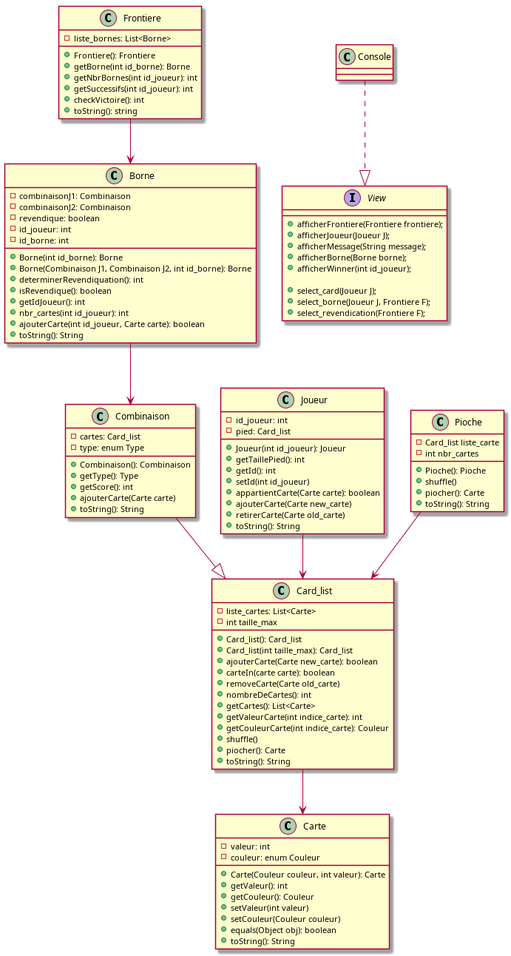
Earlier version of the PlantUML export src/diagrams/all.png (Pagatok/pg220).
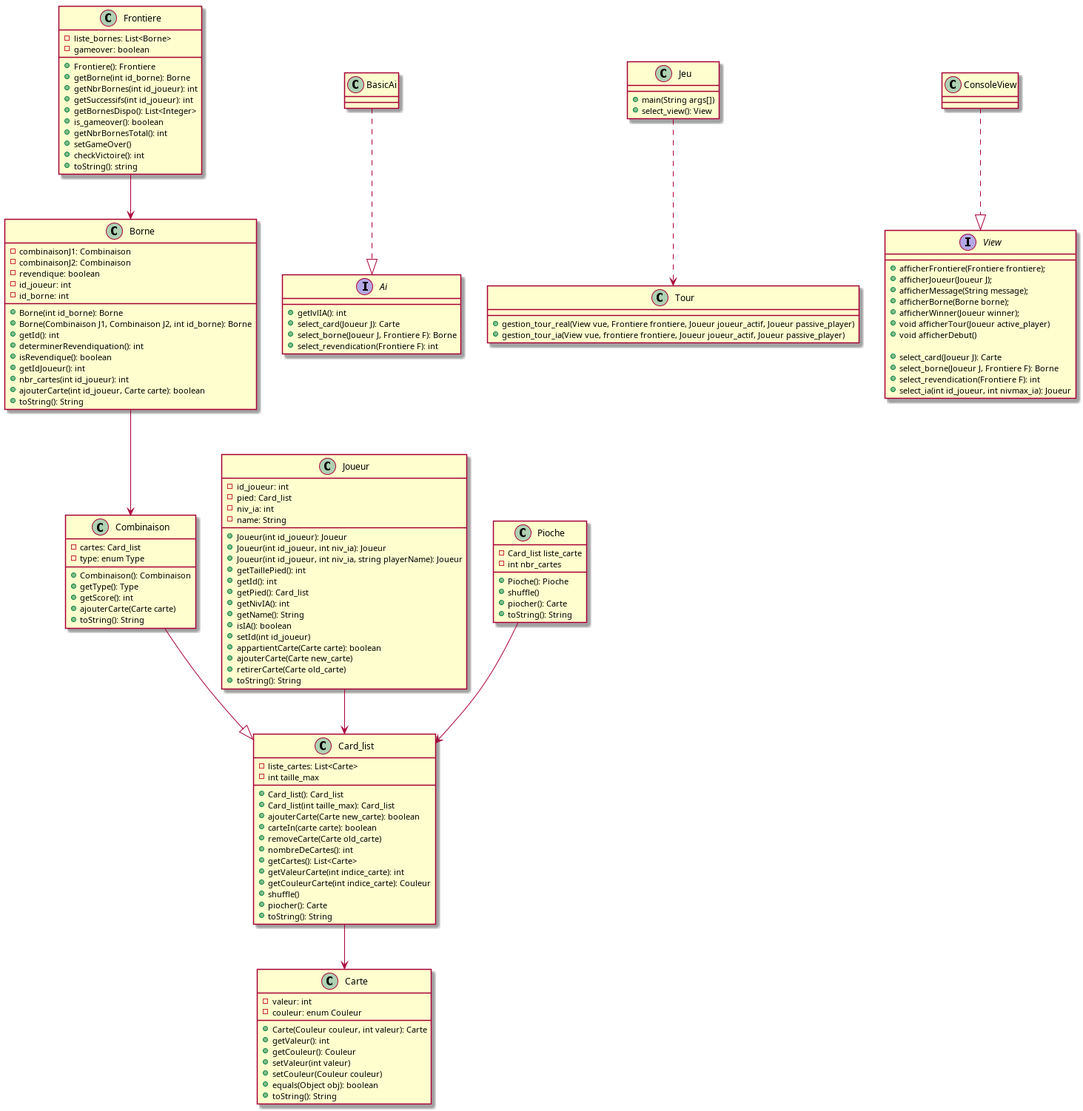
Above is the later version.

Diff of the diagram source:
```diff
@@ -27,9 +27,17 @@
 class Joueur{
     - id_joueur: int
     - pied: Card_list
+    - niv_ia: int
+    - name: String
     + Joueur(int id_joueur): Joueur
+    + Joueur(int id_joueur, int niv_ia): Joueur
+    + Joueur(int id_joueur, int niv_ia, string playerName): Joueur
     + getTaillePied(): int
     + getId(): int
+    + getPied(): Card_list
+    + getNivIA(): int
+    + getName(): String
+    + isIA(): boolean
     + setId(int id_joueur)
     + appartientCarte(Carte carte): boolean
     + ajouterCarte(Carte new_carte)
@@ -63,6 +71,7 @@
     - id_borne: int
     + Borne(int id_borne): Borne
     + Borne(Combinaison J1, Combinaison J2, int id_borne): Borne
+    + getId(): int
     + determinerRevendiquation(): int
     + isRevendique(): boolean
     + getIdJoueur(): int
@@ -73,10 +82,15 @@
 
 class Frontiere{
     - liste_bornes: List<Borne>
+    - gameover: boolean
     + Frontiere(): Frontiere
     + getBorne(int id_borne): Borne
     + getNbrBornes(int id_joueur): int
     + getSuccessifs(int id_joueur): int
+    + getBornesDispo(): List<Integer>
+    + is_gameover(): boolean
+    + getNbrBornesTotal(): int
+    + setGameOver()
     + checkVictoire(): int
     + toString(): string
 }
@@ -101,22 +115,51 @@
 
 
 
+interface Ai{
+	+ getlvlIA(): int
+	+ select_card(Joueur J): Carte
+	+ select_borne(Joueur J, Frontiere F): Borne
+	+ select_revendication(Frontiere F): int
+}
+
+class BasicAi{
+}
+
+BasicAi ..|> Ai
+
+
+class Jeu{
+    + main(String args[])
+    + select_view(): View
+}
+
+class Tour{
+    + gestion_tour_real(View vue, Frontiere frontiere, Joueur joueur_actif, Joueur passive_player)
+    + gestion_tour_ia(View vue, frontiere frontiere, Joueur joueur_actif, Joueur passive_player)
+}
+
+Jeu ..> Tour
+
+
 interface View{
     + afficherFrontiere(Frontiere frontiere);
     + afficherJoueur(Joueur J);
     + afficherMessage(String message);
     + afficherBorne(Borne borne);
-    + afficherWinner(int id_joueur);
+    + afficherWinner(Joueur winner);
+    + void afficherTour(Joueur active_player)
+    + void afficherDebut()
 
-    + select_card(Joueur J);
-    + select_borne(Joueur J, Frontiere F);
-    + select_revendication(Frontiere F);
+    + select_card(Joueur J): Carte
+    + select_borne(Joueur J, Frontiere F): Borne
+    + select_revendication(Frontiere F): int
+    + select_ia(int id_joueur, int nivmax_ia): Joueur
 }
 
-class Console{
+class ConsoleView{
 
 }
 
-Console ..|> View
+ConsoleView ..|> View
 
 @enduml
```
